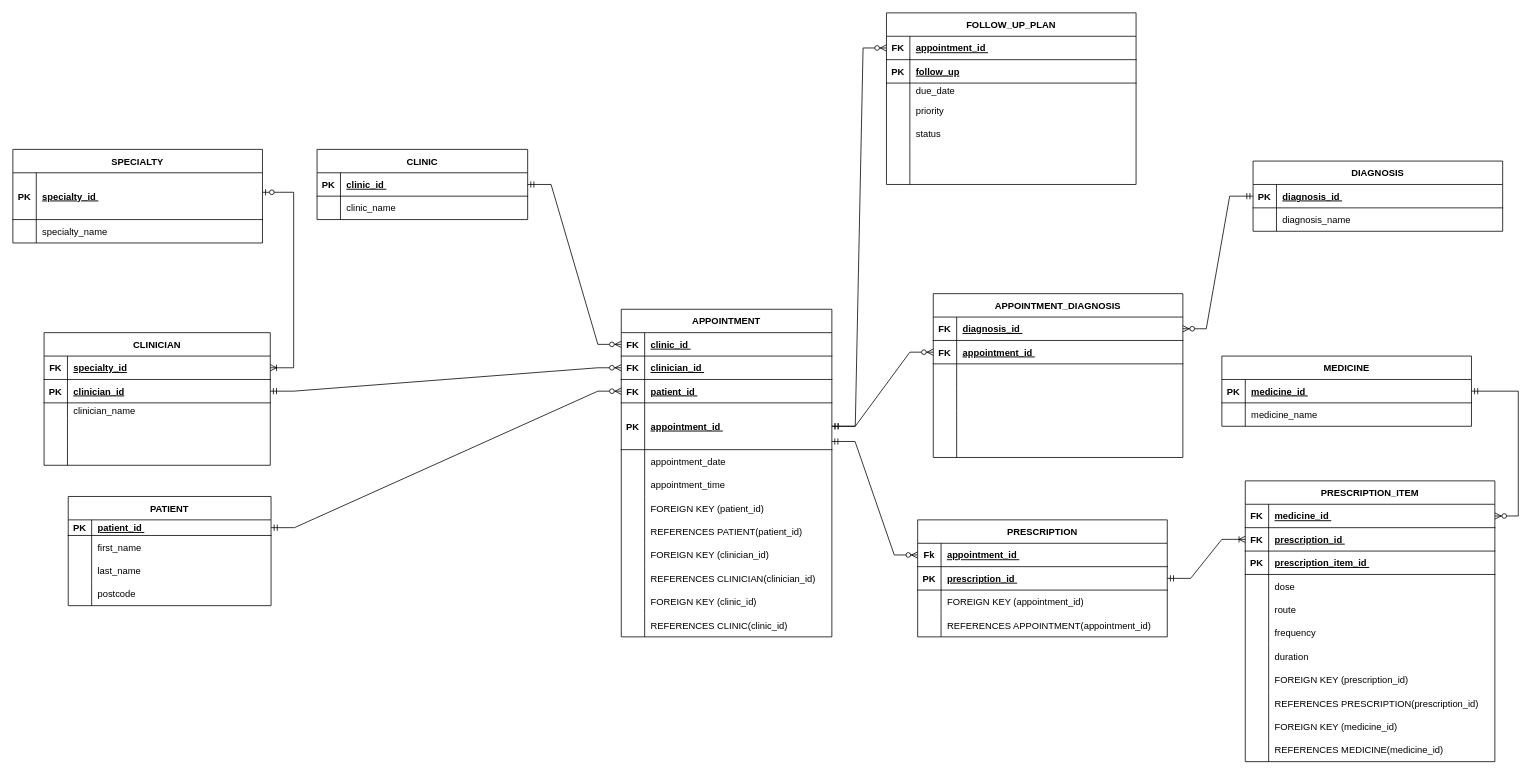
Above: page "logical schema" (2 of 2) of Copy of Logical diagram final  .drawio in Hina-Db/database_project (draw.io), before the change. Source tidied: cells renumbered, new cells numbered last; positions are measured from the earlier drawing's top-left corner, leaving out a move shared by most shapes. Both pictures are drawn from the tidied source at 78%, with x=0, y=0 at pixel (12, 12).
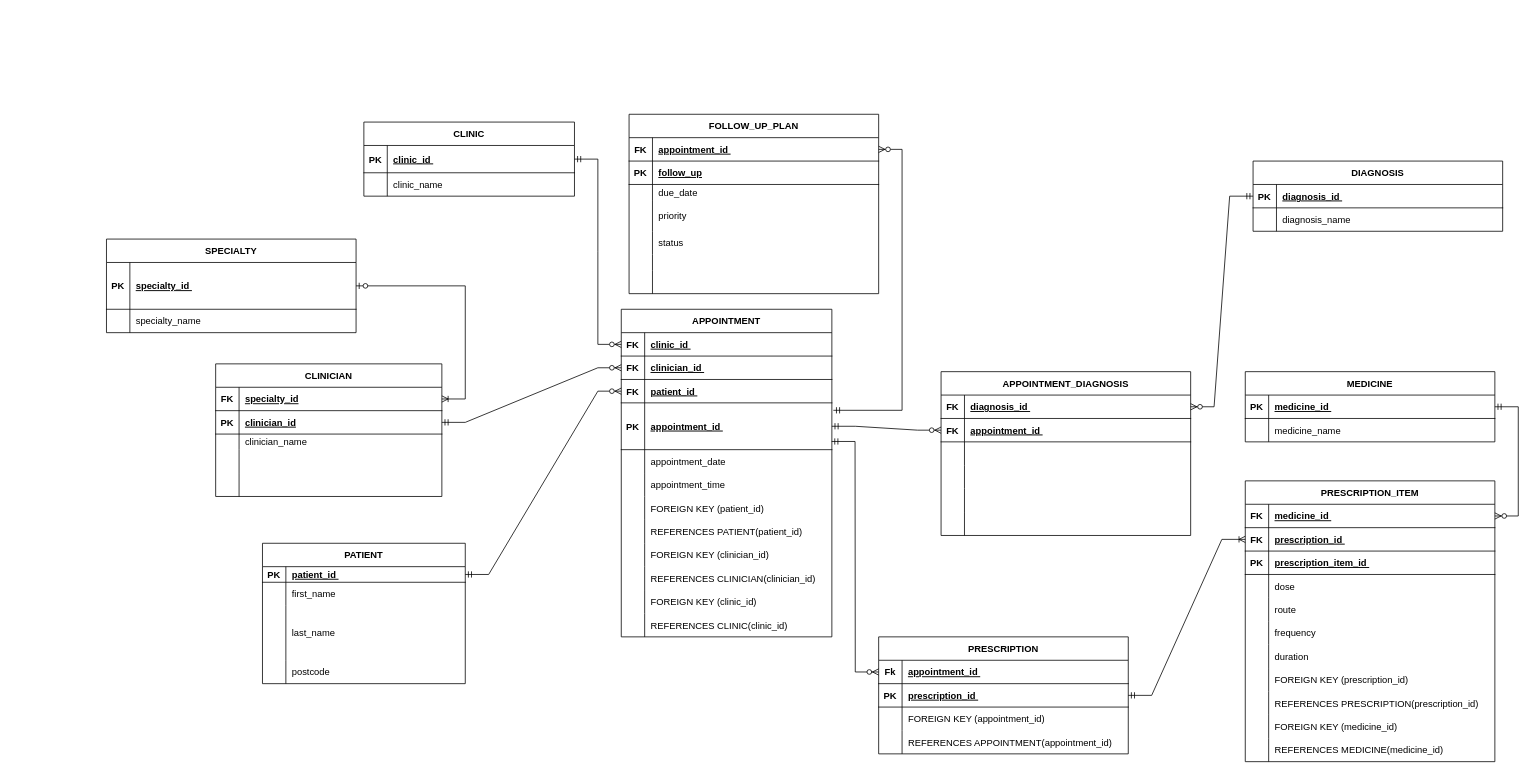
The same diagram, later.

Unchanged cells that the change refers to:
```xml
<mxCell id="3" style="shape=tableRow;horizontal=0;startSize=0;swimlaneHead=0;swimlaneBody=0;fillColor=none;points=[[0,0.5],[1,0.5]];portConstraint=eastwest;strokeColor=inherit;top=0;left=0;right=0;bottom=1;" parent="2" vertex="1">
  <mxGeometry y="30" width="320" height="60" as="geometry" />
</mxCell>
<mxCell id="23" style="shape=tableRow;horizontal=0;startSize=0;swimlaneHead=0;swimlaneBody=0;fillColor=none;points=[[0,0.5],[1,0.5]];portConstraint=eastwest;strokeColor=inherit;top=0;left=0;right=0;bottom=1;" parent="22" vertex="1">
  <mxGeometry y="30" width="290" height="30" as="geometry" />
</mxCell>
<mxCell id="55" style="shape=tableRow;horizontal=0;startSize=0;swimlaneHead=0;swimlaneBody=0;fillColor=none;points=[[0,0.5],[1,0.5]];portConstraint=eastwest;strokeColor=inherit;top=0;left=0;right=0;bottom=1;" parent="45" vertex="1">
  <mxGeometry y="120" width="270" height="60" as="geometry" />
</mxCell>
<mxCell id="163" style="shape=tableRow;horizontal=0;startSize=0;swimlaneHead=0;swimlaneBody=0;fillColor=none;points=[[0,0.5],[1,0.5]];portConstraint=eastwest;strokeColor=inherit;top=0;left=0;right=0;bottom=1;" parent="162" vertex="1">
  <mxGeometry y="30" width="320" height="30" as="geometry" />
</mxCell>
```

Diff of the diagram source:
```diff
@@
     <mxCell id="2" value="SPECIALTY" style="shape=table;startSize=30;childLayout=tableLayout;rowLines=0;fontStyle=1;align=center;" parent="1" vertex="1">
-      <mxGeometry y="175" width="320" height="120" as="geometry" />
+      <mxGeometry x="120" y="290" width="320" height="120" as="geometry" />
     </mxCell>
@@
     <mxCell id="9" value="PATIENT" style="shape=table;startSize=30;childLayout=tableLayout;rowLines=0;fontStyle=1;align=center;" parent="1" vertex="1">
-      <mxGeometry x="71" y="620" width="260" height="140" as="geometry" />
+      <mxGeometry x="320" y="680" width="260" height="180" as="geometry" />
     </mxCell>
@@
     <mxCell id="16" style="shape=tableRow;horizontal=0;startSize=0;swimlaneHead=0;swimlaneBody=0;fillColor=none;strokeColor=inherit;top=0;left=0;right=0;bottom=0;" parent="9" vertex="1">
-      <mxGeometry y="80" width="260" height="30" as="geometry" />
+      <mxGeometry y="80" width="260" height="70" as="geometry" />
     </mxCell>
     <mxCell id="17" style="shape=partialRectangle;overflow=hidden;fillColor=none;strokeColor=inherit;top=0;left=0;bottom=0;right=0;" parent="16" vertex="1">
-      <mxGeometry width="30" height="30" as="geometry" />
+      <mxGeometry width="30" height="70" as="geometry" />
     </mxCell>
     <mxCell id="18" value="last_name " style="shape=partialRectangle;overflow=hidden;fillColor=none;align=left;strokeColor=inherit;top=0;left=0;bottom=0;right=0;spacingLeft=6;" parent="16" vertex="1">
-      <mxGeometry x="30" width="230" height="30" as="geometry" />
+      <mxGeometry x="30" width="230" height="70" as="geometry" />
     </mxCell>
     <mxCell id="19" style="shape=tableRow;horizontal=0;startSize=0;swimlaneHead=0;swimlaneBody=0;fillColor=none;strokeColor=inherit;top=0;left=0;right=0;bottom=0;" parent="9" vertex="1">
-      <mxGeometry y="110" width="260" height="30" as="geometry" />
+      <mxGeometry y="150" width="260" height="30" as="geometry" />
     </mxCell>
@@
     <mxCell id="22" value="CLINICIAN" style="shape=table;startSize=30;childLayout=tableLayout;rowLines=0;fontStyle=1;align=center;" parent="1" vertex="1">
-      <mxGeometry x="40" y="410" width="290" height="170" as="geometry" />
+      <mxGeometry x="260" y="450" width="290" height="170" as="geometry" />
     </mxCell>
@@
     <mxCell id="38" value="CLINIC" style="shape=table;startSize=30;childLayout=tableLayout;rowLines=0;fontStyle=1;align=center;" parent="1" vertex="1">
-      <mxGeometry x="390" y="175" width="270" height="90" as="geometry" />
+      <mxGeometry x="450" y="140" width="270" height="95" as="geometry" />
     </mxCell>
     <mxCell id="39" style="shape=tableRow;horizontal=0;startSize=0;swimlaneHead=0;swimlaneBody=0;fillColor=none;points=[[0,0.5],[1,0.5]];portConstraint=eastwest;strokeColor=inherit;top=0;left=0;right=0;bottom=1;" parent="38" vertex="1">
-      <mxGeometry y="30" width="270" height="30" as="geometry" />
+      <mxGeometry y="30" width="270" height="35" as="geometry" />
     </mxCell>
     <mxCell id="40" value="PK" style="shape=partialRectangle;overflow=hidden;fillColor=none;strokeColor=inherit;top=0;left=0;bottom=0;right=0;fontStyle=1;" parent="39" vertex="1">
-      <mxGeometry width="30" height="30" as="geometry" />
+      <mxGeometry width="30" height="35" as="geometry" />
     </mxCell>
     <mxCell id="41" value="clinic_id " style="shape=partialRectangle;overflow=hidden;fillColor=none;align=left;strokeColor=inherit;top=0;left=0;bottom=0;right=0;spacingLeft=6;fontStyle=5;" parent="39" vertex="1">
-      <mxGeometry x="30" width="240" height="30" as="geometry" />
+      <mxGeometry x="30" width="240" height="35" as="geometry" />
     </mxCell>
     <mxCell id="42" style="shape=tableRow;horizontal=0;startSize=0;swimlaneHead=0;swimlaneBody=0;fillColor=none;strokeColor=inherit;top=0;left=0;right=0;bottom=0;" parent="38" vertex="1">
-      <mxGeometry y="60" width="270" height="30" as="geometry" />
+      <mxGeometry y="65" width="270" height="30" as="geometry" />
     </mxCell>
@@
     <mxCell id="89" value="APPOINTMENT_DIAGNOSIS" style="shape=table;startSize=30;childLayout=tableLayout;rowLines=0;fontStyle=1;align=center;" parent="1" vertex="1">
-      <mxGeometry x="1180" y="360" width="320" height="210" as="geometry" />
+      <mxGeometry x="1190" y="460" width="320" height="210" as="geometry" />
     </mxCell>
@@
     <mxCell id="108" value="PRESCRIPTION" style="shape=table;startSize=30;childLayout=tableLayout;rowLines=0;fontStyle=1;align=center;" parent="1" vertex="1">
-      <mxGeometry x="1160" y="650" width="320" height="150" as="geometry" />
+      <mxGeometry x="1110" y="800" width="320" height="150" as="geometry" />
     </mxCell>
@@
     <mxCell id="121" value="MEDICINE" style="shape=table;startSize=30;childLayout=tableLayout;rowLines=0;fontStyle=1;align=center;" parent="1" vertex="1">
-      <mxGeometry x="1550" y="440" width="320" height="90" as="geometry" />
+      <mxGeometry x="1580" y="460" width="320" height="90" as="geometry" />
     </mxCell>
@@
     <mxCell id="162" value="FOLLOW_UP_PLAN" style="shape=table;startSize=30;childLayout=tableLayout;rowLines=0;fontStyle=1;align=center;" parent="1" vertex="1">
-      <mxGeometry x="1120" width="320" height="220" as="geometry" />
+      <mxGeometry x="790" y="130" width="320" height="230" as="geometry" />
     </mxCell>
@@
     <mxCell id="172" style="shape=tableRow;horizontal=0;startSize=0;swimlaneHead=0;swimlaneBody=0;fillColor=none;strokeColor=inherit;top=0;left=0;right=0;bottom=0;" parent="162" vertex="1">
-      <mxGeometry y="110" width="320" height="30" as="geometry" />
+      <mxGeometry y="110" width="320" height="40" as="geometry" />
     </mxCell>
     <mxCell id="173" style="shape=partialRectangle;overflow=hidden;fillColor=none;strokeColor=inherit;top=0;left=0;bottom=0;right=0;" parent="172" vertex="1">
-      <mxGeometry width="30" height="30" as="geometry" />
+      <mxGeometry width="30" height="40" as="geometry" />
     </mxCell>
     <mxCell id="174" value="priority " style="shape=partialRectangle;overflow=hidden;fillColor=none;align=left;strokeColor=inherit;top=0;left=0;bottom=0;right=0;spacingLeft=6;" parent="172" vertex="1">
-      <mxGeometry x="30" width="290" height="30" as="geometry" />
+      <mxGeometry x="30" width="290" height="40" as="geometry" />
     </mxCell>
     <mxCell id="175" style="shape=tableRow;horizontal=0;startSize=0;swimlaneHead=0;swimlaneBody=0;fillColor=none;strokeColor=inherit;top=0;left=0;right=0;bottom=0;" parent="162" vertex="1">
-      <mxGeometry y="140" width="320" height="30" as="geometry" />
+      <mxGeometry y="150" width="320" height="30" as="geometry" />
     </mxCell>
@@
     <mxCell id="178" style="shape=tableRow;horizontal=0;startSize=0;swimlaneHead=0;swimlaneBody=0;fillColor=none;strokeColor=inherit;top=0;left=0;right=0;bottom=0;" parent="162" vertex="1">
-      <mxGeometry y="170" width="320" height="20" as="geometry" />
+      <mxGeometry y="180" width="320" height="20" as="geometry" />
     </mxCell>
@@
     <mxCell id="181" style="shape=tableRow;horizontal=0;startSize=0;swimlaneHead=0;swimlaneBody=0;fillColor=none;strokeColor=inherit;top=0;left=0;right=0;bottom=0;" parent="162" vertex="1">
-      <mxGeometry y="190" width="320" height="30" as="geometry" />
+      <mxGeometry y="200" width="320" height="30" as="geometry" />
     </mxCell>
@@
-    <mxCell id="184" style="edgeStyle=entityRelationEdgeStyle;fontSize=12;html=1;endArrow=ERoneToMany;startArrow=ERzeroToOne;rounded=0;defaultLabelBackgroundColor=gap;exitX=1;exitY=0.5;exitDx=0;exitDy=0;" parent="1" edge="1" target="23">
-      <mxGeometry relative="1" as="geometry">
-        <mxPoint x="320" y="230" as="sourcePoint" />
-      </mxGeometry>
+    <mxCell id="184" style="edgeStyle=entityRelationEdgeStyle;fontSize=12;html=1;endArrow=ERoneToMany;startArrow=ERzeroToOne;rounded=0;defaultLabelBackgroundColor=gap;" parent="1" edge="1" source="3" target="23">
+      <mxGeometry relative="1" as="geometry" />
     </mxCell>
@@
-    <mxCell id="192" style="edgeStyle=entityRelationEdgeStyle;fontSize=12;html=1;endArrow=ERzeroToMany;startArrow=ERmandOne;rounded=0;defaultLabelBackgroundColor=gap;" parent="1" edge="1" source="55" target="163">
-      <mxGeometry x="0.06" relative="1" as="geometry" />
+    <mxCell id="192" style="edgeStyle=entityRelationEdgeStyle;fontSize=12;html=1;endArrow=ERzeroToMany;startArrow=ERmandOne;rounded=0;defaultLabelBackgroundColor=gap;exitX=1.007;exitY=0.159;exitDx=0;exitDy=0;exitPerimeter=0;" parent="1" edge="1" source="55" target="163">
+      <mxGeometry x="0.02" relative="1" as="geometry" />
     </mxCell>
```
